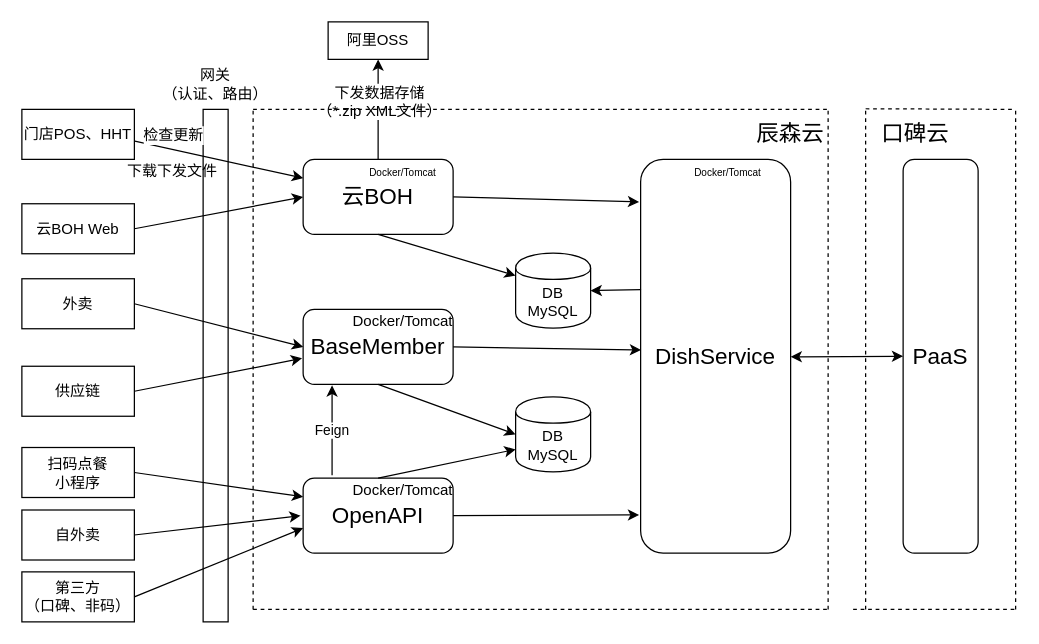
The draw.io diagram 架构链路/云BOH全景架构.drawio in liuchenwei2000/diagram, before the edit. Source tidied: cells renumbered, new cells numbered last; positions are measured from the earlier drawing's top-left corner, leaving out a move shared by most shapes. Both pictures are drawn from the tidied source at 125%, with x=0, y=0 at pixel (21, 21).
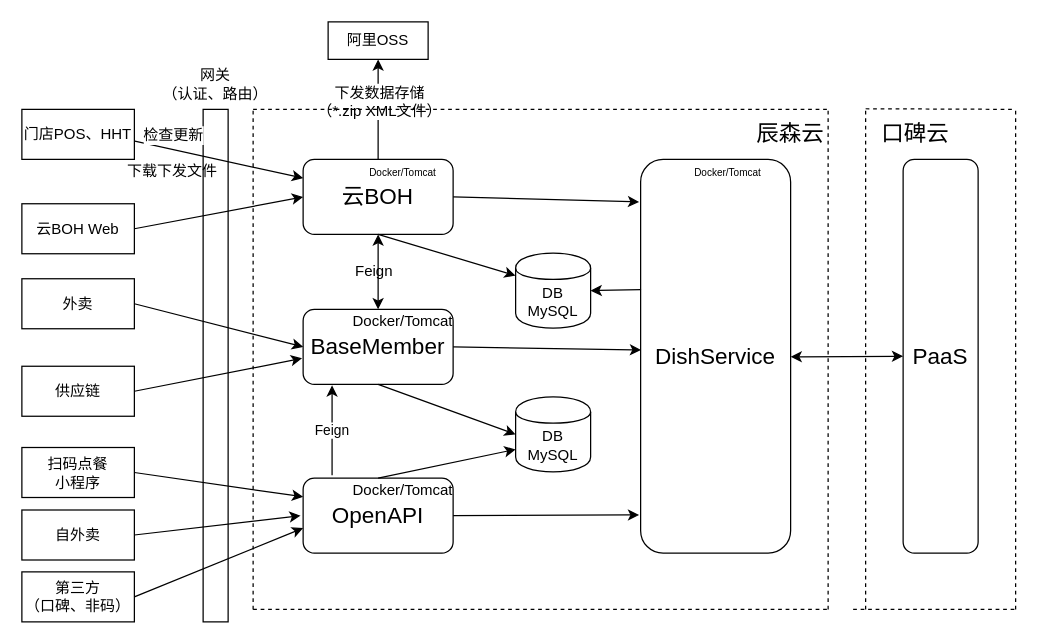
The same diagram, later.

Commit message:
Update 云BOH全景架构.drawio

Unchanged cells that the change refers to:
```xml
<mxCell id="8" value="Docker/Tomcat" style="text;html=1;strokeColor=none;fillColor=none;align=center;verticalAlign=middle;whiteSpace=wrap;rounded=0;" parent="1" vertex="1">
  <mxGeometry x="265" y="230" width="80" height="20" as="geometry" />
</mxCell>
<mxCell id="24" value="&lt;font style=&quot;font-size: 18px&quot;&gt;云BOH&lt;/font&gt;" style="rounded=1;whiteSpace=wrap;html=1;" parent="1" vertex="1">
  <mxGeometry x="225" y="110" width="120" height="60" as="geometry" />
</mxCell>
```

The edit, as a diff of the source:
```diff
@@
+    <mxCell id="53" style="endArrow=classic;startArrow=classic;html=1;entryX=0.5;entryY=1;entryDx=0;entryDy=0;exitX=0.25;exitY=0;exitDx=0;exitDy=0;" parent="1" edge="1" source="8" target="24">
+      <mxGeometry relative="1" as="geometry" />
+    </mxCell>
+    <mxCell id="54" value="Feign" style="text;html=1;" parent="1" vertex="1">
+      <mxGeometry x="265" y="185.5" width="60" height="30" as="geometry" />
+    </mxCell>
```
